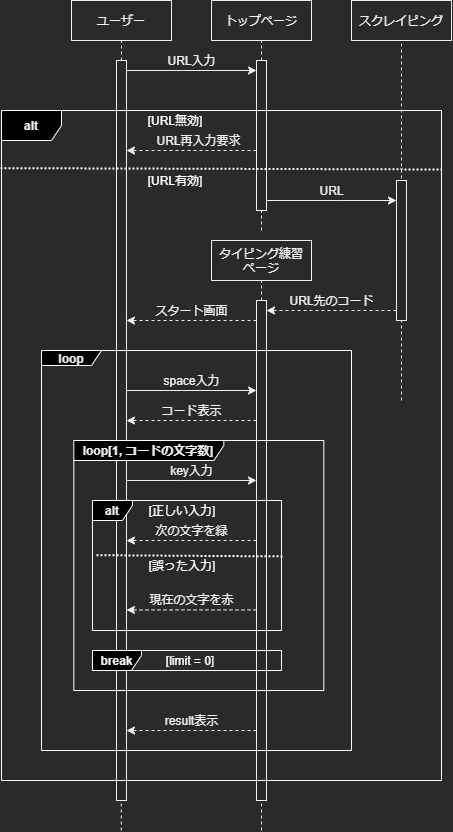
The draw.io diagram documents/sequence.png in KoenHan/code_typing_app, before a commit. Source tidied: cells renumbered, new cells last; positions are measured from the earlier drawing's top-left corner, leaving out a move shared by most shapes.
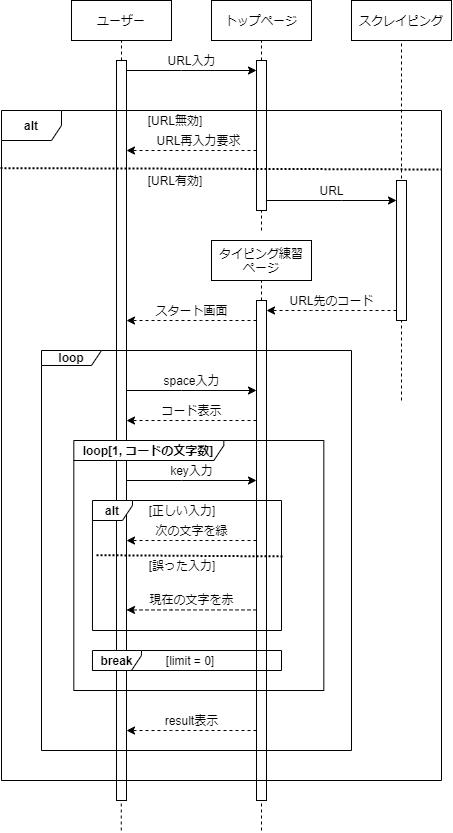
After the change.

Commit message:
change background color

Diff of the diagram source:
```diff
@@ -1,8 +1,14 @@
-<mxGraphModel>
+<mxGraphModel background="#FFFFFF">
   <root>
     <mxCell id="0" />
     <mxCell id="1" parent="0" />
+    <mxCell id="49" value="loop" style="shape=umlFrame;whiteSpace=wrap;html=1;fontStyle=1;width=60;height=15;fontColor=#000000;labelBackgroundColor=none;strokeColor=#000000;fillColor=none;" parent="1" vertex="1">
+      <mxGeometry x="41" y="350" width="310" height="400" as="geometry" />
+    </mxCell>
+    <mxCell id="50" value="alt" style="shape=umlFrame;whiteSpace=wrap;html=1;fontStyle=1;fontColor=#000000;labelBackgroundColor=none;strokeColor=#000000;fillColor=none;" parent="1" vertex="1">
+      <mxGeometry x="1" y="110" width="440" height="670" as="geometry" />
+    </mxCell>
-    <mxCell id="2" style="edgeStyle=orthogonalEdgeStyle;rounded=0;jettySize=auto;html=1;dashed=1;" parent="1" edge="1" source="28" target="14">
+    <mxCell id="2" style="edgeStyle=orthogonalEdgeStyle;rounded=0;jettySize=auto;html=1;dashed=1;fontColor=#000000;labelBackgroundColor=none;strokeColor=#000000;" parent="1" edge="1" source="28" target="14">
       <mxGeometry relative="1" as="geometry">
         <Array as="points">
           <mxPoint x="311" y="310" />
@@ -10,10 +16,10 @@
         </Array>
       </mxGeometry>
     </mxCell>
-    <mxCell id="3" value="スタート画面" style="text;html=1;align=center;verticalAlign=middle;" parent="1" vertex="1">
+    <mxCell id="3" value="スタート画面" style="text;html=1;align=center;verticalAlign=middle;fontColor=#000000;labelBackgroundColor=none;" parent="1" vertex="1">
       <mxGeometry x="146" y="300" width="90" height="20" as="geometry" />
     </mxCell>
-    <mxCell id="4" style="edgeStyle=orthogonalEdgeStyle;rounded=0;jettySize=auto;html=1;" parent="1" edge="1" source="20">
+    <mxCell id="4" style="edgeStyle=orthogonalEdgeStyle;rounded=0;jettySize=auto;html=1;fontColor=#000000;labelBackgroundColor=none;strokeColor=#000000;" parent="1" edge="1" source="20">
       <mxGeometry relative="1" as="geometry">
         <mxPoint x="256" y="70" as="targetPoint" />
         <Array as="points">
@@ -22,13 +28,13 @@
         </Array>
       </mxGeometry>
     </mxCell>
-    <mxCell id="5" value="トップページ" style="rounded=0;whiteSpace=wrap;html=1;" parent="1" vertex="1">
+    <mxCell id="5" value="トップページ" style="rounded=0;whiteSpace=wrap;html=1;fontColor=#000000;labelBackgroundColor=none;strokeColor=#000000;fillColor=none;" parent="1" vertex="1">
       <mxGeometry x="211" width="100" height="40" as="geometry" />
     </mxCell>
-    <mxCell id="6" style="endArrow=none;dashed=1;html=1;entryX=0.5;entryY=1;entryDx=0;entryDy=0;" parent="1" edge="1" source="9" target="5">
+    <mxCell id="6" style="endArrow=none;dashed=1;html=1;entryX=0.5;entryY=1;entryDx=0;entryDy=0;fontColor=#000000;labelBackgroundColor=none;strokeColor=#000000;" parent="1" edge="1" source="9" target="5">
       <mxGeometry relative="1" as="geometry" />
     </mxCell>
-    <mxCell id="7" style="edgeStyle=orthogonalEdgeStyle;rounded=0;jettySize=auto;html=1;dashed=1;" parent="1" edge="1" source="9" target="20">
+    <mxCell id="7" style="edgeStyle=orthogonalEdgeStyle;rounded=0;jettySize=auto;html=1;dashed=1;fontColor=#000000;labelBackgroundColor=none;strokeColor=#000000;" parent="1" edge="1" source="9" target="20">
       <mxGeometry relative="1" as="geometry">
         <Array as="points">
           <mxPoint x="211" y="150" />
@@ -36,7 +42,7 @@
         </Array>
       </mxGeometry>
     </mxCell>
-    <mxCell id="8" style="edgeStyle=orthogonalEdgeStyle;rounded=0;jettySize=auto;html=1;" parent="1" edge="1" source="9" target="28">
+    <mxCell id="8" style="edgeStyle=orthogonalEdgeStyle;rounded=0;jettySize=auto;html=1;fontColor=#000000;labelBackgroundColor=none;strokeColor=#000000;" parent="1" edge="1" source="9" target="28">
       <mxGeometry relative="1" as="geometry">
         <Array as="points">
           <mxPoint x="341" y="200" />
@@ -44,21 +50,21 @@
         </Array>
       </mxGeometry>
     </mxCell>
-    <mxCell id="9" style="rounded=0;whiteSpace=wrap;html=1;" parent="1" vertex="1">
+    <mxCell id="9" style="rounded=0;whiteSpace=wrap;html=1;fontColor=#000000;labelBackgroundColor=none;strokeColor=#000000;fillColor=none;" parent="1" vertex="1">
       <mxGeometry x="256" y="60" width="10" height="150" as="geometry" />
     </mxCell>
-    <mxCell id="10" style="endArrow=none;dashed=1;html=1;entryX=0.5;entryY=1;entryDx=0;entryDy=0;" parent="1" edge="1" target="9">
+    <mxCell id="10" style="endArrow=none;dashed=1;html=1;entryX=0.5;entryY=1;entryDx=0;entryDy=0;fontColor=#000000;labelBackgroundColor=none;strokeColor=#000000;" parent="1" edge="1" target="9">
       <mxGeometry relative="1" as="geometry">
         <mxPoint x="261" y="230" as="sourcePoint" />
       </mxGeometry>
     </mxCell>
-    <mxCell id="11" value="タイピング練習&lt;br&gt;ページ" style="rounded=0;whiteSpace=wrap;html=1;" parent="1" vertex="1">
+    <mxCell id="11" value="タイピング練習&lt;br&gt;ページ" style="rounded=0;whiteSpace=wrap;html=1;fontColor=#000000;labelBackgroundColor=none;strokeColor=#000000;fillColor=none;" parent="1" vertex="1">
       <mxGeometry x="211" y="240" width="100" height="40" as="geometry" />
     </mxCell>
-    <mxCell id="12" style="endArrow=none;dashed=1;html=1;entryX=0.5;entryY=1;entryDx=0;entryDy=0;" parent="1" edge="1" source="14" target="11">
+    <mxCell id="12" style="endArrow=none;dashed=1;html=1;entryX=0.5;entryY=1;entryDx=0;entryDy=0;fontColor=#000000;labelBackgroundColor=none;strokeColor=#000000;" parent="1" edge="1" source="14" target="11">
       <mxGeometry relative="1" as="geometry" />
     </mxCell>
-    <mxCell id="13" style="edgeStyle=orthogonalEdgeStyle;rounded=0;jettySize=auto;html=1;dashed=1;" parent="1" edge="1" source="14">
+    <mxCell id="13" style="edgeStyle=orthogonalEdgeStyle;rounded=0;jettySize=auto;html=1;dashed=1;fontColor=#000000;labelBackgroundColor=none;strokeColor=#000000;" parent="1" edge="1" source="14">
       <mxGeometry relative="1" as="geometry">
         <mxPoint x="126" y="320" as="targetPoint" />
         <Array as="points">
@@ -67,63 +73,63 @@
         </Array>
       </mxGeometry>
     </mxCell>
-    <mxCell id="14" style="rounded=0;whiteSpace=wrap;html=1;" parent="1" vertex="1">
+    <mxCell id="14" style="rounded=0;whiteSpace=wrap;html=1;fontColor=#000000;labelBackgroundColor=none;strokeColor=#000000;fillColor=none;" parent="1" vertex="1">
       <mxGeometry x="256" y="300" width="10" height="500" as="geometry" />
     </mxCell>
-    <mxCell id="15" value="スクレイピング" style="rounded=0;whiteSpace=wrap;html=1;" parent="1" vertex="1">
+    <mxCell id="15" value="スクレイピング" style="rounded=0;whiteSpace=wrap;html=1;fontColor=#000000;labelBackgroundColor=none;strokeColor=#000000;fillColor=none;" parent="1" vertex="1">
       <mxGeometry x="351" width="100" height="40" as="geometry" />
     </mxCell>
-    <mxCell id="16" value="URL先のコード" style="text;html=1;align=center;verticalAlign=middle;" parent="1" vertex="1">
+    <mxCell id="16" value="URL先のコード" style="text;html=1;align=center;verticalAlign=middle;fontColor=#000000;labelBackgroundColor=none;" parent="1" vertex="1">
       <mxGeometry x="281" y="290" width="100" height="20" as="geometry" />
     </mxCell>
-    <mxCell id="17" value="URL入力" style="text;html=1;align=center;verticalAlign=middle;" parent="1" vertex="1">
+    <mxCell id="17" value="URL入力" style="text;html=1;align=center;verticalAlign=middle;fontColor=#000000;labelBackgroundColor=none;" parent="1" vertex="1">
       <mxGeometry x="161" y="50" width="60" height="20" as="geometry" />
     </mxCell>
-    <mxCell id="18" value="ユーザー" style="rounded=0;whiteSpace=wrap;html=1;" parent="1" vertex="1">
+    <mxCell id="18" value="ユーザー" style="rounded=0;whiteSpace=wrap;html=1;fontColor=#000000;labelBackgroundColor=none;strokeColor=#000000;fillColor=none;" parent="1" vertex="1">
       <mxGeometry x="71" width="100" height="40" as="geometry" />
     </mxCell>
-    <mxCell id="19" style="endArrow=none;dashed=1;html=1;entryX=0.5;entryY=1;entryDx=0;entryDy=0;" parent="1" edge="1" source="20" target="18">
+    <mxCell id="19" style="endArrow=none;dashed=1;html=1;entryX=0.5;entryY=1;entryDx=0;entryDy=0;fontColor=#000000;labelBackgroundColor=none;strokeColor=#000000;" parent="1" edge="1" source="20" target="18">
       <mxGeometry relative="1" as="geometry" />
     </mxCell>
-    <mxCell id="20" style="rounded=0;whiteSpace=wrap;html=1;" parent="1" vertex="1">
+    <mxCell id="20" style="rounded=0;whiteSpace=wrap;html=1;fontColor=#000000;labelBackgroundColor=none;strokeColor=#000000;fillColor=none;" parent="1" vertex="1">
       <mxGeometry x="116" y="60" width="10" height="740" as="geometry" />
     </mxCell>
-    <mxCell id="21" style="endArrow=none;dashed=1;html=1;entryX=0.5;entryY=1;entryDx=0;entryDy=0;" parent="1" edge="1">
+    <mxCell id="21" style="endArrow=none;dashed=1;html=1;entryX=0.5;entryY=1;entryDx=0;entryDy=0;fontColor=#000000;labelBackgroundColor=none;strokeColor=#000000;" parent="1" edge="1">
       <mxGeometry relative="1" as="geometry">
         <mxPoint x="120.8" y="830" as="sourcePoint" />
         <mxPoint x="120.8" y="800" as="targetPoint" />
       </mxGeometry>
     </mxCell>
-    <mxCell id="22" style="endArrow=none;dashed=1;html=1;entryX=0.5;entryY=1;entryDx=0;entryDy=0;" parent="1" edge="1" target="15">
+    <mxCell id="22" style="endArrow=none;dashed=1;html=1;entryX=0.5;entryY=1;entryDx=0;entryDy=0;fontColor=#000000;labelBackgroundColor=none;strokeColor=#000000;" parent="1" edge="1" target="15">
       <mxGeometry relative="1" as="geometry">
         <mxPoint x="401" y="400" as="sourcePoint" />
       </mxGeometry>
     </mxCell>
-    <mxCell id="23" style="endArrow=none;dashed=1;html=1;dashPattern=1 1;strokeWidth=2;fillColor=#f8cecc;strokeColor=#FFFFFF;exitX=-0.002;exitY=0.086;exitDx=0;exitDy=0;exitPerimeter=0;" parent="1" edge="1">
+    <mxCell id="23" style="endArrow=none;dashed=1;html=1;dashPattern=1 1;strokeWidth=2;fillColor=#f8cecc;exitX=-0.002;exitY=0.086;exitDx=0;exitDy=0;exitPerimeter=0;fontColor=#000000;labelBackgroundColor=none;strokeColor=#000000;" parent="1" edge="1">
       <mxGeometry relative="1" as="geometry">
         <mxPoint x="0.1" y="167.6" as="sourcePoint" />
         <mxPoint x="441" y="169" as="targetPoint" />
       </mxGeometry>
     </mxCell>
-    <mxCell id="24" value="&lt;font color=&quot;#ffffff&quot;&gt;[URL無効]&lt;/font&gt;" style="text;html=1;strokeColor=none;fillColor=none;align=center;verticalAlign=middle;whiteSpace=wrap;rounded=0;" parent="1" vertex="1">
+    <mxCell id="24" value="&lt;font&gt;[URL無効]&lt;/font&gt;" style="text;html=1;fillColor=none;align=center;verticalAlign=middle;whiteSpace=wrap;rounded=0;fontColor=#000000;labelBackgroundColor=none;" parent="1" vertex="1">
       <mxGeometry x="139.1" y="110" width="71.9" height="20" as="geometry" />
     </mxCell>
-    <mxCell id="25" value="&lt;font color=&quot;#ffffff&quot;&gt;[URL有効]&lt;/font&gt;" style="text;html=1;strokeColor=none;fillColor=none;align=center;verticalAlign=middle;whiteSpace=wrap;rounded=0;" parent="1" vertex="1">
+    <mxCell id="25" value="&lt;font&gt;[URL有効]&lt;/font&gt;" style="text;html=1;fillColor=none;align=center;verticalAlign=middle;whiteSpace=wrap;rounded=0;fontColor=#000000;labelBackgroundColor=none;" parent="1" vertex="1">
       <mxGeometry x="139.1" y="170" width="71.9" height="20" as="geometry" />
     </mxCell>
-    <mxCell id="26" value="URL再入力要求" style="text;html=1;align=center;verticalAlign=middle;" parent="1" vertex="1">
+    <mxCell id="26" value="URL再入力要求" style="text;html=1;align=center;verticalAlign=middle;fontColor=#000000;labelBackgroundColor=none;" parent="1" vertex="1">
       <mxGeometry x="148.3" y="130" width="100" height="20" as="geometry" />
     </mxCell>
-    <mxCell id="27" value="URL" style="text;html=1;align=center;verticalAlign=middle;" parent="1" vertex="1">
+    <mxCell id="27" value="URL" style="text;html=1;align=center;verticalAlign=middle;fontColor=#000000;labelBackgroundColor=none;" parent="1" vertex="1">
       <mxGeometry x="311" y="180" width="40" height="20" as="geometry" />
     </mxCell>
-    <mxCell id="28" style="rounded=0;whiteSpace=wrap;html=1;" parent="1" vertex="1">
+    <mxCell id="28" style="rounded=0;whiteSpace=wrap;html=1;fontColor=#000000;labelBackgroundColor=none;strokeColor=#000000;fillColor=#FFFFFF;" parent="1" vertex="1">
       <mxGeometry x="396" y="180" width="10" height="140" as="geometry" />
     </mxCell>
-    <mxCell id="29" value="loop[1, コードの文字数]" style="shape=umlFrame;whiteSpace=wrap;html=1;fontStyle=1;width=150;height=20;strokeColor=#FFFFFF;fillColor=#000000;" parent="1" vertex="1">
+    <mxCell id="29" value="loop[1, コードの文字数]" style="shape=umlFrame;whiteSpace=wrap;html=1;fontStyle=1;width=150;height=20;fontColor=#000000;labelBackgroundColor=none;strokeColor=#000000;fillColor=#FFFFFF;" parent="1" vertex="1">
       <mxGeometry x="73.3" y="440" width="250" height="250" as="geometry" />
     </mxCell>
-    <mxCell id="30" style="edgeStyle=orthogonalEdgeStyle;rounded=0;orthogonalLoop=1;jettySize=auto;html=1;" parent="1" edge="1">
+    <mxCell id="30" style="edgeStyle=orthogonalEdgeStyle;rounded=0;orthogonalLoop=1;jettySize=auto;html=1;fontColor=#000000;labelBackgroundColor=none;strokeColor=#000000;" parent="1" edge="1">
       <mxGeometry relative="1" as="geometry">
         <mxPoint x="126" y="390" as="sourcePoint" />
         <mxPoint x="256" y="390" as="targetPoint" />
@@ -133,13 +139,13 @@
         </Array>
       </mxGeometry>
     </mxCell>
-    <mxCell id="31" value="space入力" style="text;html=1;align=center;verticalAlign=middle;" parent="1" vertex="1">
+    <mxCell id="31" value="space入力" style="text;html=1;align=center;verticalAlign=middle;fontColor=#000000;labelBackgroundColor=none;" parent="1" vertex="1">
       <mxGeometry x="156" y="370" width="70" height="20" as="geometry" />
     </mxCell>
-    <mxCell id="32" value="コード表示" style="text;html=1;align=center;verticalAlign=middle;" parent="1" vertex="1">
+    <mxCell id="32" value="コード表示" style="text;html=1;align=center;verticalAlign=middle;fontColor=#000000;labelBackgroundColor=none;" parent="1" vertex="1">
       <mxGeometry x="151" y="400" width="80" height="20" as="geometry" />
     </mxCell>
-    <mxCell id="33" style="edgeStyle=orthogonalEdgeStyle;rounded=0;orthogonalLoop=1;jettySize=auto;html=1;dashed=1;" parent="1" edge="1">
+    <mxCell id="33" style="edgeStyle=orthogonalEdgeStyle;rounded=0;orthogonalLoop=1;jettySize=auto;html=1;dashed=1;fontColor=#000000;labelBackgroundColor=none;strokeColor=#000000;" parent="1" edge="1">
       <mxGeometry relative="1" as="geometry">
         <mxPoint x="256" y="420" as="sourcePoint" />
         <mxPoint x="126" y="420" as="targetPoint" />
@@ -149,13 +155,13 @@
         </Array>
       </mxGeometry>
     </mxCell>
-    <mxCell id="34" style="endArrow=none;dashed=1;html=1;entryX=0.5;entryY=1;entryDx=0;entryDy=0;" parent="1" edge="1">
+    <mxCell id="34" style="endArrow=none;dashed=1;html=1;entryX=0.5;entryY=1;entryDx=0;entryDy=0;fontColor=#000000;labelBackgroundColor=none;strokeColor=#000000;" parent="1" edge="1">
       <mxGeometry relative="1" as="geometry">
         <mxPoint x="261" y="830" as="sourcePoint" />
         <mxPoint x="261" y="800" as="targetPoint" />
       </mxGeometry>
     </mxCell>
-    <mxCell id="35" style="edgeStyle=orthogonalEdgeStyle;rounded=0;orthogonalLoop=1;jettySize=auto;html=1;" parent="1" edge="1">
+    <mxCell id="35" style="edgeStyle=orthogonalEdgeStyle;rounded=0;orthogonalLoop=1;jettySize=auto;html=1;fontColor=#000000;labelBackgroundColor=none;strokeColor=#000000;" parent="1" edge="1">
       <mxGeometry relative="1" as="geometry">
         <mxPoint x="126" y="480" as="sourcePoint" />
         <mxPoint x="256" y="480" as="targetPoint" />
@@ -165,19 +171,19 @@
         </Array>
       </mxGeometry>
     </mxCell>
-    <mxCell id="36" value="key入力" style="text;html=1;align=center;verticalAlign=middle;" parent="1" vertex="1">
+    <mxCell id="36" value="key入力" style="text;html=1;align=center;verticalAlign=middle;fontColor=#000000;labelBackgroundColor=none;" parent="1" vertex="1">
       <mxGeometry x="161" y="460" width="60" height="20" as="geometry" />
     </mxCell>
-    <mxCell id="37" value="alt" style="shape=umlFrame;whiteSpace=wrap;html=1;fontStyle=1;width=40;height=20;fillColor=#000000;strokeColor=#FFFFFF;" parent="1" vertex="1">
+    <mxCell id="37" value="alt" style="shape=umlFrame;whiteSpace=wrap;html=1;fontStyle=1;width=40;height=20;fontColor=#000000;labelBackgroundColor=none;strokeColor=#000000;fillColor=#FFFFFF;" parent="1" vertex="1">
       <mxGeometry x="92" y="500" width="189" height="130" as="geometry" />
     </mxCell>
-    <mxCell id="38" value="&lt;font color=&quot;#ffffff&quot;&gt;[正しい入力]&lt;/font&gt;" style="text;html=1;strokeColor=none;fillColor=none;align=center;verticalAlign=middle;whiteSpace=wrap;rounded=0;" parent="1" vertex="1">
+    <mxCell id="38" value="&lt;font&gt;[正しい入力]&lt;/font&gt;" style="text;html=1;fillColor=none;align=center;verticalAlign=middle;whiteSpace=wrap;rounded=0;fontColor=#000000;labelBackgroundColor=none;" parent="1" vertex="1">
       <mxGeometry x="146" y="500" width="71.9" height="20" as="geometry" />
     </mxCell>
-    <mxCell id="39" value="次の文字を緑" style="text;html=1;align=center;verticalAlign=middle;" parent="1" vertex="1">
+    <mxCell id="39" value="次の文字を緑" style="text;html=1;align=center;verticalAlign=middle;fontColor=#000000;labelBackgroundColor=none;" parent="1" vertex="1">
       <mxGeometry x="146" y="520" width="90" height="20" as="geometry" />
     </mxCell>
-    <mxCell id="40" style="edgeStyle=orthogonalEdgeStyle;rounded=0;orthogonalLoop=1;jettySize=auto;html=1;dashed=1;" parent="1" edge="1">
+    <mxCell id="40" style="edgeStyle=orthogonalEdgeStyle;rounded=0;orthogonalLoop=1;jettySize=auto;html=1;dashed=1;fontColor=#000000;labelBackgroundColor=none;strokeColor=#000000;" parent="1" edge="1">
       <mxGeometry relative="1" as="geometry">
         <mxPoint x="256" y="540" as="sourcePoint" />
         <mxPoint x="126" y="540" as="targetPoint" />
@@ -187,10 +193,10 @@
         </Array>
       </mxGeometry>
     </mxCell>
-    <mxCell id="41" value="現在の文字を赤" style="text;html=1;align=center;verticalAlign=middle;" parent="1" vertex="1">
+    <mxCell id="41" value="現在の文字を赤" style="text;html=1;align=center;verticalAlign=middle;fontColor=#000000;labelBackgroundColor=none;" parent="1" vertex="1">
       <mxGeometry x="141" y="589.4" width="100" height="20" as="geometry" />
     </mxCell>
-    <mxCell id="42" style="edgeStyle=orthogonalEdgeStyle;rounded=0;orthogonalLoop=1;jettySize=auto;html=1;dashed=1;" parent="1" edge="1">
+    <mxCell id="42" style="edgeStyle=orthogonalEdgeStyle;rounded=0;orthogonalLoop=1;jettySize=auto;html=1;dashed=1;fontColor=#000000;labelBackgroundColor=none;strokeColor=#000000;" parent="1" edge="1">
       <mxGeometry relative="1" as="geometry">
         <mxPoint x="256" y="609.4" as="sourcePoint" />
         <mxPoint x="126" y="609.5" as="targetPoint" />
@@ -200,24 +206,24 @@
         </Array>
       </mxGeometry>
     </mxCell>
-    <mxCell id="43" style="endArrow=none;dashed=1;html=1;dashPattern=1 1;strokeWidth=2;fillColor=#f8cecc;entryX=1.005;entryY=0.43;entryDx=0;entryDy=0;entryPerimeter=0;strokeColor=#FFFFFF;" parent="1" edge="1" target="37">
+    <mxCell id="43" style="endArrow=none;dashed=1;html=1;dashPattern=1 1;strokeWidth=2;fillColor=#f8cecc;entryX=1.005;entryY=0.43;entryDx=0;entryDy=0;entryPerimeter=0;fontColor=#000000;labelBackgroundColor=none;strokeColor=#000000;" parent="1" edge="1" target="37">
       <mxGeometry relative="1" as="geometry">
         <mxPoint x="96" y="554.7" as="sourcePoint" />
       </mxGeometry>
     </mxCell>
-    <mxCell id="44" value="&lt;font color=&quot;#ffffff&quot;&gt;[誤った入力]&lt;/font&gt;" style="text;html=1;strokeColor=none;fillColor=none;align=center;verticalAlign=middle;whiteSpace=wrap;rounded=0;" parent="1" vertex="1">
+    <mxCell id="44" value="&lt;font&gt;[誤った入力]&lt;/font&gt;" style="text;html=1;fillColor=none;align=center;verticalAlign=middle;whiteSpace=wrap;rounded=0;fontColor=#000000;labelBackgroundColor=none;" parent="1" vertex="1">
       <mxGeometry x="146" y="555" width="71.9" height="20" as="geometry" />
     </mxCell>
-    <mxCell id="45" value="break" style="shape=umlFrame;whiteSpace=wrap;html=1;fontStyle=1;width=49;height=20;fillColor=#000000;strokeColor=#FFFFFF;" parent="1" vertex="1">
+    <mxCell id="45" value="break" style="shape=umlFrame;whiteSpace=wrap;html=1;fontStyle=1;width=49;height=20;fontColor=#000000;labelBackgroundColor=none;strokeColor=#000000;fillColor=#FFFFFF;" parent="1" vertex="1">
       <mxGeometry x="92" y="650" width="189" height="20" as="geometry" />
     </mxCell>
-    <mxCell id="46" value="&lt;font color=&quot;#ffffff&quot;&gt;[limit = 0]&lt;/font&gt;" style="text;html=1;strokeColor=none;fillColor=none;align=center;verticalAlign=middle;whiteSpace=wrap;rounded=0;" parent="1" vertex="1">
+    <mxCell id="46" value="&lt;font&gt;[limit = 0]&lt;/font&gt;" style="text;html=1;fillColor=none;align=center;verticalAlign=middle;whiteSpace=wrap;rounded=0;fontColor=#000000;labelBackgroundColor=none;" parent="1" vertex="1">
       <mxGeometry x="154.1" y="650" width="71.9" height="20" as="geometry" />
     </mxCell>
-    <mxCell id="47" value="result表示" style="text;html=1;align=center;verticalAlign=middle;" parent="1" vertex="1">
+    <mxCell id="47" value="result表示" style="text;html=1;align=center;verticalAlign=middle;fontColor=#000000;labelBackgroundColor=none;" parent="1" vertex="1">
       <mxGeometry x="156" y="710" width="70" height="20" as="geometry" />
     </mxCell>
-    <mxCell id="48" style="edgeStyle=orthogonalEdgeStyle;rounded=0;orthogonalLoop=1;jettySize=auto;html=1;dashed=1;" parent="1" edge="1">
+    <mxCell id="48" style="edgeStyle=orthogonalEdgeStyle;rounded=0;orthogonalLoop=1;jettySize=auto;html=1;dashed=1;fontColor=#000000;labelBackgroundColor=none;strokeColor=#000000;" parent="1" edge="1">
       <mxGeometry relative="1" as="geometry">
         <mxPoint x="256" y="730" as="sourcePoint" />
         <mxPoint x="126" y="730" as="targetPoint" />
@@ -227,11 +233,5 @@
         </Array>
       </mxGeometry>
     </mxCell>
-    <mxCell id="49" value="loop" style="shape=umlFrame;whiteSpace=wrap;html=1;fontStyle=1;width=60;height=15;strokeColor=#FFFFFF;fillColor=#000000;" parent="1" vertex="1">
-      <mxGeometry x="41" y="350" width="310" height="400" as="geometry" />
-    </mxCell>
-    <mxCell id="50" value="alt" style="shape=umlFrame;whiteSpace=wrap;html=1;fontStyle=1;strokeColor=#FFFFFF;fillColor=#000000;" parent="1" vertex="1">
-      <mxGeometry x="1" y="110" width="440" height="670" as="geometry" />
-    </mxCell>
   </root>
 </mxGraphModel>
```
